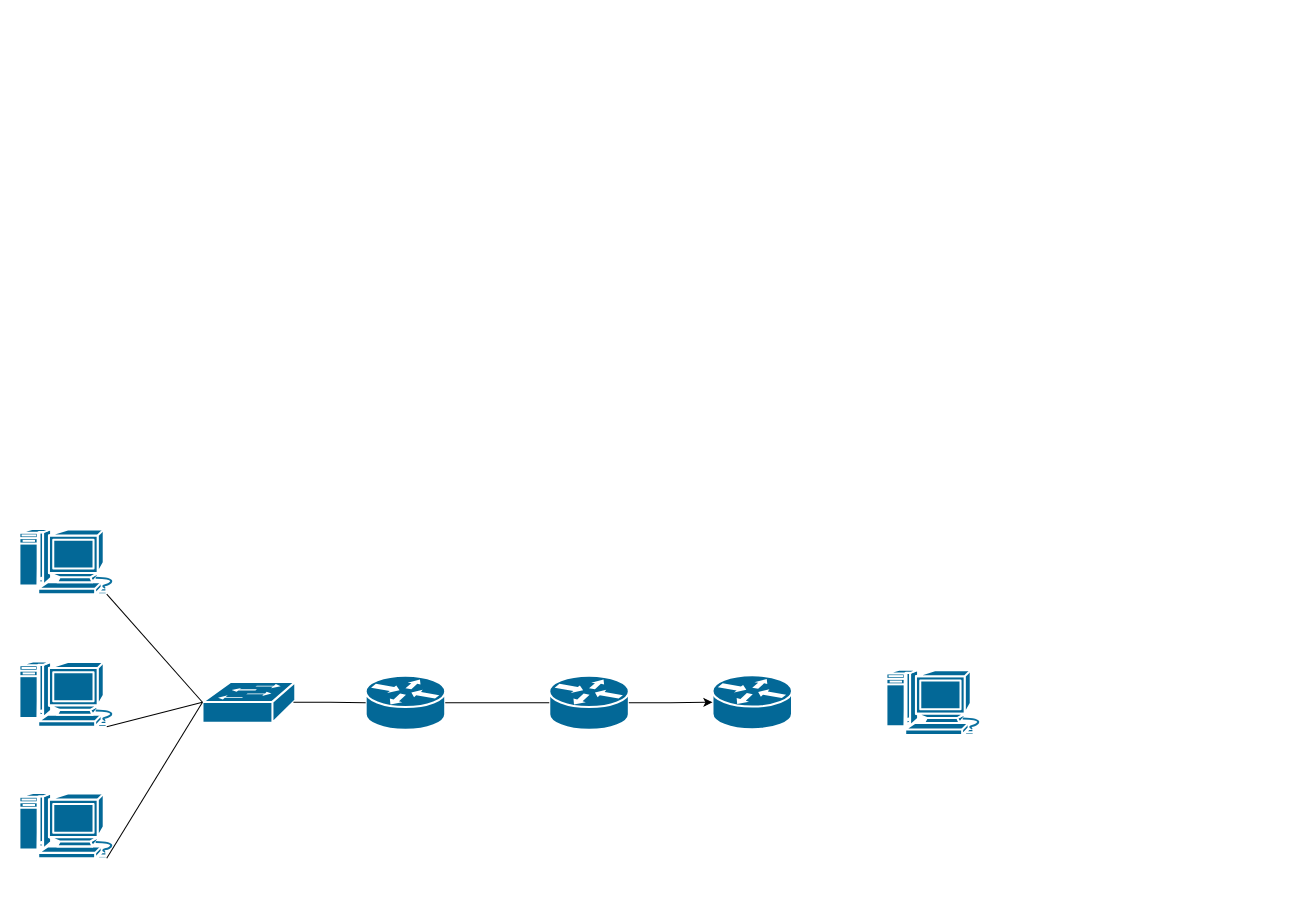
This is Ubung NAT.drawio from PLAD26/-MAC-Tabellen-und-Switching-, a draw.io file, before an edit. Source tidied: cells renumbered, new cells numbered last; positions are measured from the earlier drawing's top-left corner, leaving out a move shared by most shapes. Both pictures are drawn from the tidied source at 102%, with x=0, y=0 at pixel (18, 528).
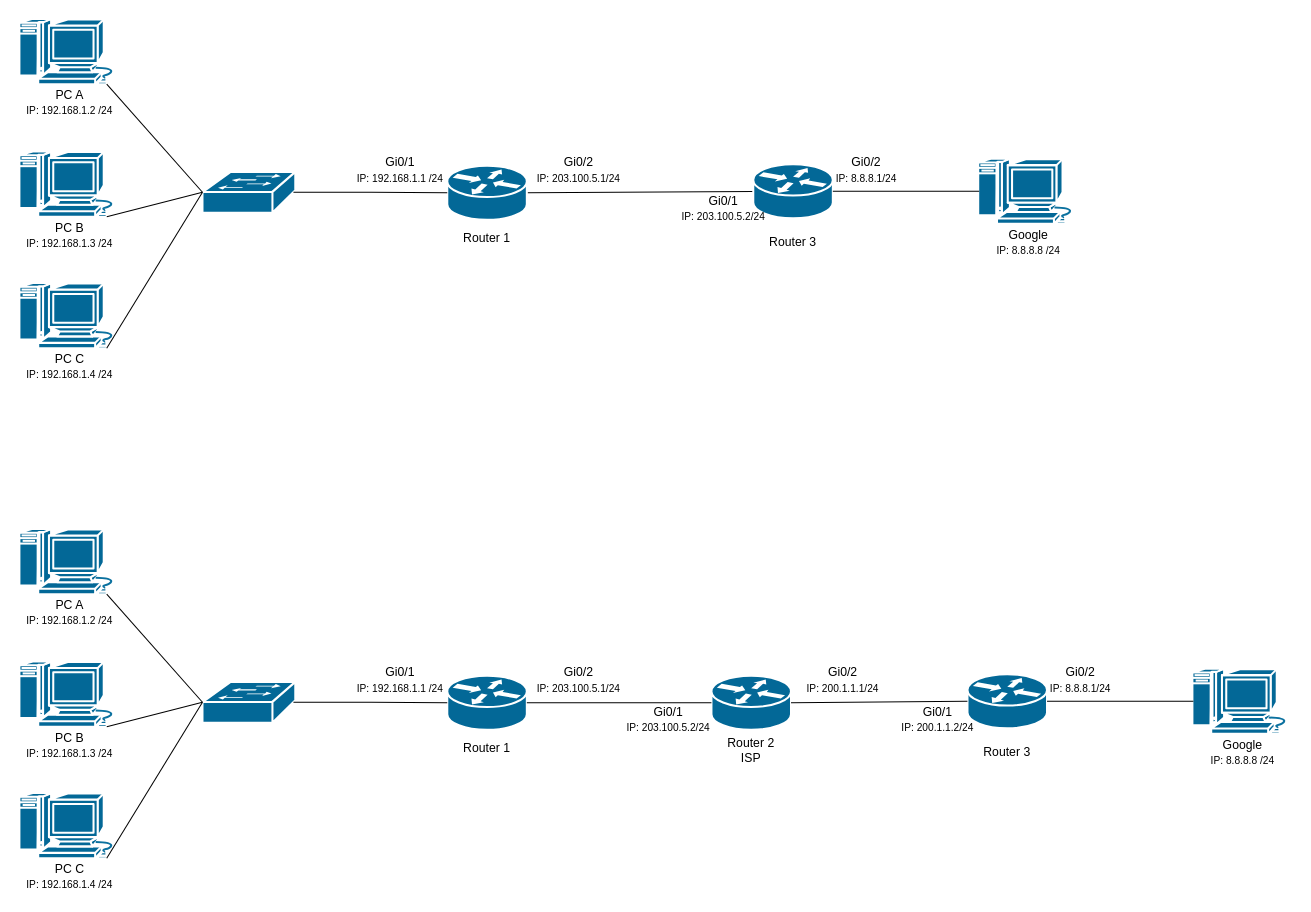
The same page after the edit.

The edit, as a diff of the source:
```diff
@@
     <mxCell id="6" style="strokeColor=#ffffff;sketch=0;html=1;dashed=0;fillColor=#036897;strokeWidth=2;verticalLabelPosition=bottom;verticalAlign=top;align=center;outlineConnect=0;shape=mxgraph.cisco.routers.router;" parent="1" vertex="1">
-      <mxGeometry x="340" y="144" width="78" height="53" as="geometry" />
+      <mxGeometry x="420" y="144" width="78" height="53" as="geometry" />
     </mxCell>
     <mxCell id="7" style="strokeColor=#ffffff;sketch=0;html=1;dashed=0;fillColor=#036897;strokeWidth=2;verticalLabelPosition=bottom;verticalAlign=top;align=center;outlineConnect=0;shape=mxgraph.cisco.routers.router;" parent="1" vertex="1">
-      <mxGeometry x="520" y="144" width="78" height="53" as="geometry" />
+      <mxGeometry x="679" y="144" width="78" height="53" as="geometry" />
     </mxCell>
     <mxCell id="8" style="strokeColor=#ffffff;sketch=0;html=1;dashed=0;fillColor=#036897;strokeWidth=2;verticalLabelPosition=bottom;verticalAlign=top;align=center;outlineConnect=0;shape=mxgraph.cisco.routers.router;" parent="1" vertex="1">
-      <mxGeometry x="680" y="143.5" width="78" height="53" as="geometry" />
+      <mxGeometry x="930" y="142.5" width="78" height="53" as="geometry" />
     </mxCell>
     <mxCell id="9" style="sketch=0;html=1;dashed=0;fillColor=#036897;strokeColor=#ffffff;strokeWidth=2;verticalLabelPosition=bottom;verticalAlign=top;align=center;outlineConnect=0;shape=mxgraph.cisco.computers_and_peripherals.macintosh;" parent="1" vertex="1">
-      <mxGeometry x="850" y="138" width="99" height="64" as="geometry" />
+      <mxGeometry x="1150" y="137" width="99" height="64" as="geometry" />
     </mxCell>
@@
-    <mxCell id="15" style="edgeStyle=orthogonalEdgeStyle;rounded=0;jettySize=auto;html=1;exitX=1;exitY=0.5;exitDx=0;exitDy=0;exitPerimeter=0;entryX=0;entryY=0.5;entryDx=0;entryDy=0;entryPerimeter=0;" parent="1" edge="1" source="7" target="8">
+    <mxCell id="15" style="rounded=0;jettySize=auto;html=1;exitX=1;exitY=0.5;exitDx=0;exitDy=0;exitPerimeter=0;entryX=0;entryY=0.5;entryDx=0;entryDy=0;entryPerimeter=0;endArrow=none;endFill=0;" parent="1" edge="1" source="7" target="8">
       <mxGeometry relative="1" as="geometry" />
     </mxCell>
+    <mxCell id="16" style="rounded=0;jettySize=auto;html=1;exitX=1;exitY=0.5;exitDx=0;exitDy=0;exitPerimeter=0;entryX=0.015;entryY=0.5;entryDx=0;entryDy=0;entryPerimeter=0;endArrow=none;endFill=0;" parent="1" edge="1" source="8" target="9">
+      <mxGeometry relative="1" as="geometry" />
+    </mxCell>
+    <mxCell id="17" value="PC A&lt;div&gt;&lt;font style=&quot;font-size: 10px;&quot;&gt;IP: 192.168.1.2 /24&lt;/font&gt;&lt;/div&gt;" style="text;html=1;whiteSpace=wrap;strokeColor=none;fillColor=none;align=center;verticalAlign=middle;rounded=0;" parent="1" vertex="1">
+      <mxGeometry x="5.6" y="64" width="87.8" height="36" as="geometry" />
+    </mxCell>
+    <mxCell id="18" value="PC B&lt;div&gt;&lt;font style=&quot;font-size: 10px;&quot;&gt;IP: 192.168.1.3 /24&lt;/font&gt;&lt;/div&gt;" style="text;html=1;whiteSpace=wrap;strokeColor=none;fillColor=none;align=center;verticalAlign=middle;rounded=0;" parent="1" vertex="1">
+      <mxGeometry x="5.6" y="194" width="87.8" height="36" as="geometry" />
+    </mxCell>
+    <mxCell id="19" value="PC C&lt;div&gt;&lt;font style=&quot;font-size: 10px;&quot;&gt;IP: 192.168.1.4 /24&lt;/font&gt;&lt;/div&gt;" style="text;html=1;whiteSpace=wrap;strokeColor=none;fillColor=none;align=center;verticalAlign=middle;rounded=0;" parent="1" vertex="1">
+      <mxGeometry x="5.6" y="323" width="87.8" height="36" as="geometry" />
+    </mxCell>
+    <mxCell id="20" value="Gi0/1&lt;br&gt;&lt;div&gt;&lt;font style=&quot;font-size: 10px;&quot;&gt;IP: 192.168.1.1 /24&lt;/font&gt;&lt;/div&gt;" style="text;html=1;whiteSpace=wrap;strokeColor=none;fillColor=none;align=center;verticalAlign=middle;rounded=0;" parent="1" vertex="1">
+      <mxGeometry x="330" y="130" width="87.8" height="36" as="geometry" />
+    </mxCell>
+    <mxCell id="21" value="Google&lt;br&gt;&lt;div&gt;&lt;font style=&quot;font-size: 10px;&quot;&gt;IP: 8.8.8.8 /24&lt;/font&gt;&lt;/div&gt;" style="text;html=1;whiteSpace=wrap;strokeColor=none;fillColor=none;align=center;verticalAlign=middle;rounded=0;" parent="1" vertex="1">
+      <mxGeometry x="1155.6" y="201" width="87.8" height="36" as="geometry" />
+    </mxCell>
+    <mxCell id="22" value="Router 1" style="text;html=1;whiteSpace=wrap;strokeColor=none;fillColor=none;align=center;verticalAlign=middle;rounded=0;" parent="1" vertex="1">
+      <mxGeometry x="429" y="200" width="60" height="30" as="geometry" />
+    </mxCell>
+    <mxCell id="23" value="Router 2&lt;div&gt;ISP&lt;/div&gt;" style="text;html=1;whiteSpace=wrap;strokeColor=none;fillColor=none;align=center;verticalAlign=middle;rounded=0;" parent="1" vertex="1">
+      <mxGeometry x="688" y="202" width="60" height="30" as="geometry" />
+    </mxCell>
+    <mxCell id="24" value="Router 3" style="text;html=1;whiteSpace=wrap;strokeColor=none;fillColor=none;align=center;verticalAlign=middle;rounded=0;" parent="1" vertex="1">
+      <mxGeometry x="939" y="204" width="60" height="30" as="geometry" />
+    </mxCell>
+    <mxCell id="25" value="Gi0/2&lt;br&gt;&lt;div&gt;&lt;font style=&quot;font-size: 10px;&quot;&gt;IP: 203.100.5.1/24&lt;/font&gt;&lt;/div&gt;" style="text;html=1;whiteSpace=wrap;strokeColor=none;fillColor=none;align=center;verticalAlign=middle;rounded=0;" parent="1" vertex="1">
+      <mxGeometry x="498" y="130" width="102" height="36" as="geometry" />
+    </mxCell>
+    <mxCell id="26" value="Gi0/1&lt;br&gt;&lt;div&gt;&lt;font style=&quot;font-size: 10px;&quot;&gt;IP: 203.100.5.2/24&lt;/font&gt;&lt;/div&gt;" style="text;html=1;whiteSpace=wrap;strokeColor=none;fillColor=none;align=center;verticalAlign=middle;rounded=0;" parent="1" vertex="1">
+      <mxGeometry x="586" y="169" width="102" height="36" as="geometry" />
+    </mxCell>
+    <mxCell id="27" value="Gi0/2&lt;br&gt;&lt;div&gt;&lt;font style=&quot;font-size: 10px;&quot;&gt;IP: 200.1.1.1/24&lt;/font&gt;&lt;/div&gt;" style="text;html=1;whiteSpace=wrap;strokeColor=none;fillColor=none;align=center;verticalAlign=middle;rounded=0;" parent="1" vertex="1">
+      <mxGeometry x="757" y="130" width="102" height="36" as="geometry" />
+    </mxCell>
+    <mxCell id="28" value="Gi0/1&lt;br&gt;&lt;div&gt;&lt;font style=&quot;font-size: 10px;&quot;&gt;IP: 200.1.1.2/24&lt;/font&gt;&lt;/div&gt;" style="text;html=1;whiteSpace=wrap;strokeColor=none;fillColor=none;align=center;verticalAlign=middle;rounded=0;" parent="1" vertex="1">
+      <mxGeometry x="850" y="169" width="102" height="36" as="geometry" />
+    </mxCell>
+    <mxCell id="29" value="Gi0/2&lt;br&gt;&lt;div&gt;&lt;font style=&quot;font-size: 10px;&quot;&gt;IP: 8.8.8.1/24&lt;/font&gt;&lt;/div&gt;" style="text;html=1;whiteSpace=wrap;strokeColor=none;fillColor=none;align=center;verticalAlign=middle;rounded=0;" parent="1" vertex="1">
+      <mxGeometry x="990" y="130" width="102" height="36" as="geometry" />
+    </mxCell>
+    <mxCell id="30" style="sketch=0;html=1;dashed=0;fillColor=#036897;strokeColor=#ffffff;strokeWidth=2;verticalLabelPosition=bottom;verticalAlign=top;align=center;outlineConnect=0;shape=mxgraph.cisco.computers_and_peripherals.macintosh;" parent="1" vertex="1">
+      <mxGeometry y="-500" width="99" height="64" as="geometry" />
+    </mxCell>
+    <mxCell id="31" style="sketch=0;html=1;dashed=0;fillColor=#036897;strokeColor=#ffffff;strokeWidth=2;verticalLabelPosition=bottom;verticalAlign=top;align=center;outlineConnect=0;shape=mxgraph.cisco.computers_and_peripherals.macintosh;" parent="1" vertex="1">
+      <mxGeometry y="-370" width="99" height="64" as="geometry" />
+    </mxCell>
+    <mxCell id="32" style="sketch=0;html=1;dashed=0;fillColor=#036897;strokeColor=#ffffff;strokeWidth=2;verticalLabelPosition=bottom;verticalAlign=top;align=center;outlineConnect=0;shape=mxgraph.cisco.computers_and_peripherals.macintosh;" parent="1" vertex="1">
+      <mxGeometry y="-241" width="99" height="64" as="geometry" />
+    </mxCell>
+    <mxCell id="33" style="strokeColor=#ffffff;sketch=0;html=1;dashed=0;fillColor=#036897;strokeWidth=2;verticalLabelPosition=bottom;verticalAlign=top;align=center;outlineConnect=0;shape=mxgraph.cisco.switches.workgroup_switch;" parent="1" vertex="1">
+      <mxGeometry x="180" y="-350" width="91" height="40" as="geometry" />
+    </mxCell>
+    <mxCell id="34" style="rounded=0;jettySize=auto;html=1;exitX=1;exitY=0.5;exitDx=0;exitDy=0;exitPerimeter=0;endArrow=none;endFill=0;" parent="1" edge="1" source="35" target="36">
+      <mxGeometry relative="1" as="geometry" />
+    </mxCell>
+    <mxCell id="35" style="strokeColor=#ffffff;sketch=0;html=1;dashed=0;fillColor=#036897;strokeWidth=2;verticalLabelPosition=bottom;verticalAlign=top;align=center;outlineConnect=0;shape=mxgraph.cisco.routers.router;" parent="1" vertex="1">
+      <mxGeometry x="420" y="-356" width="78" height="53" as="geometry" />
+    </mxCell>
+    <mxCell id="36" style="strokeColor=#ffffff;sketch=0;html=1;dashed=0;fillColor=#036897;strokeWidth=2;verticalLabelPosition=bottom;verticalAlign=top;align=center;outlineConnect=0;shape=mxgraph.cisco.routers.router;" parent="1" vertex="1">
+      <mxGeometry x="720" y="-357.5" width="78" height="53" as="geometry" />
+    </mxCell>
+    <mxCell id="37" style="sketch=0;html=1;dashed=0;fillColor=#036897;strokeColor=#ffffff;strokeWidth=2;verticalLabelPosition=bottom;verticalAlign=top;align=center;outlineConnect=0;shape=mxgraph.cisco.computers_and_peripherals.macintosh;" parent="1" vertex="1">
+      <mxGeometry x="940" y="-363" width="99" height="64" as="geometry" />
+    </mxCell>
+    <mxCell id="38" style="rounded=0;jettySize=auto;html=1;exitX=0.87;exitY=1;exitDx=0;exitDy=0;exitPerimeter=0;entryX=0;entryY=0.5;entryDx=0;entryDy=0;entryPerimeter=0;endArrow=none;endFill=0;" parent="1" edge="1" source="30" target="33">
+      <mxGeometry relative="1" as="geometry" />
+    </mxCell>
+    <mxCell id="39" style="rounded=0;jettySize=auto;html=1;exitX=0.87;exitY=1;exitDx=0;exitDy=0;exitPerimeter=0;entryX=0;entryY=0.5;entryDx=0;entryDy=0;entryPerimeter=0;endArrow=none;endFill=0;" parent="1" edge="1" source="31" target="33">
+      <mxGeometry relative="1" as="geometry" />
+    </mxCell>
+    <mxCell id="40" style="rounded=0;jettySize=auto;html=1;exitX=0.87;exitY=1;exitDx=0;exitDy=0;exitPerimeter=0;entryX=0;entryY=0.5;entryDx=0;entryDy=0;entryPerimeter=0;endArrow=none;endFill=0;" parent="1" edge="1" source="32" target="33">
+      <mxGeometry relative="1" as="geometry" />
+    </mxCell>
+    <mxCell id="41" style="edgeStyle=orthogonalEdgeStyle;rounded=0;jettySize=auto;html=1;exitX=0.98;exitY=0.5;exitDx=0;exitDy=0;exitPerimeter=0;entryX=0;entryY=0.5;entryDx=0;entryDy=0;entryPerimeter=0;endArrow=none;endFill=0;" parent="1" edge="1" source="33" target="35">
+      <mxGeometry relative="1" as="geometry" />
+    </mxCell>
+    <mxCell id="42" style="rounded=0;jettySize=auto;html=1;exitX=1;exitY=0.5;exitDx=0;exitDy=0;exitPerimeter=0;entryX=0.015;entryY=0.5;entryDx=0;entryDy=0;entryPerimeter=0;endArrow=none;endFill=0;" parent="1" edge="1" source="36" target="37">
+      <mxGeometry relative="1" as="geometry" />
+    </mxCell>
+    <mxCell id="43" value="PC A&lt;div&gt;&lt;font style=&quot;font-size: 10px;&quot;&gt;IP: 192.168.1.2 /24&lt;/font&gt;&lt;/div&gt;" style="text;html=1;whiteSpace=wrap;strokeColor=none;fillColor=none;align=center;verticalAlign=middle;rounded=0;" parent="1" vertex="1">
+      <mxGeometry x="5.6" y="-436" width="87.8" height="36" as="geometry" />
+    </mxCell>
+    <mxCell id="44" value="PC B&lt;div&gt;&lt;font style=&quot;font-size: 10px;&quot;&gt;IP: 192.168.1.3 /24&lt;/font&gt;&lt;/div&gt;" style="text;html=1;whiteSpace=wrap;strokeColor=none;fillColor=none;align=center;verticalAlign=middle;rounded=0;" parent="1" vertex="1">
+      <mxGeometry x="5.6" y="-306" width="87.8" height="36" as="geometry" />
+    </mxCell>
+    <mxCell id="45" value="PC C&lt;div&gt;&lt;font style=&quot;font-size: 10px;&quot;&gt;IP: 192.168.1.4 /24&lt;/font&gt;&lt;/div&gt;" style="text;html=1;whiteSpace=wrap;strokeColor=none;fillColor=none;align=center;verticalAlign=middle;rounded=0;" parent="1" vertex="1">
+      <mxGeometry x="5.6" y="-177" width="87.8" height="36" as="geometry" />
+    </mxCell>
+    <mxCell id="46" value="Gi0/1&lt;br&gt;&lt;div&gt;&lt;font style=&quot;font-size: 10px;&quot;&gt;IP: 192.168.1.1 /24&lt;/font&gt;&lt;/div&gt;" style="text;html=1;whiteSpace=wrap;strokeColor=none;fillColor=none;align=center;verticalAlign=middle;rounded=0;" parent="1" vertex="1">
+      <mxGeometry x="330" y="-370" width="87.8" height="36" as="geometry" />
+    </mxCell>
+    <mxCell id="47" value="Google&lt;br&gt;&lt;div&gt;&lt;font style=&quot;font-size: 10px;&quot;&gt;IP: 8.8.8.8 /24&lt;/font&gt;&lt;/div&gt;" style="text;html=1;whiteSpace=wrap;strokeColor=none;fillColor=none;align=center;verticalAlign=middle;rounded=0;" parent="1" vertex="1">
+      <mxGeometry x="945.6" y="-299" width="87.8" height="36" as="geometry" />
+    </mxCell>
+    <mxCell id="48" value="Router 1" style="text;html=1;whiteSpace=wrap;strokeColor=none;fillColor=none;align=center;verticalAlign=middle;rounded=0;" parent="1" vertex="1">
+      <mxGeometry x="429" y="-300" width="60" height="30" as="geometry" />
+    </mxCell>
+    <mxCell id="49" value="Router 3" style="text;html=1;whiteSpace=wrap;strokeColor=none;fillColor=none;align=center;verticalAlign=middle;rounded=0;" parent="1" vertex="1">
+      <mxGeometry x="729" y="-296" width="60" height="30" as="geometry" />
+    </mxCell>
+    <mxCell id="50" value="Gi0/2&lt;br&gt;&lt;div&gt;&lt;font style=&quot;font-size: 10px;&quot;&gt;IP: 203.100.5.1/24&lt;/font&gt;&lt;/div&gt;" style="text;html=1;whiteSpace=wrap;strokeColor=none;fillColor=none;align=center;verticalAlign=middle;rounded=0;" parent="1" vertex="1">
+      <mxGeometry x="498" y="-370" width="102" height="36" as="geometry" />
+    </mxCell>
+    <mxCell id="51" value="Gi0/1&lt;br&gt;&lt;div&gt;&lt;font style=&quot;font-size: 10px;&quot;&gt;IP: 203.100.5.2/24&lt;/font&gt;&lt;/div&gt;" style="text;html=1;whiteSpace=wrap;strokeColor=none;fillColor=none;align=center;verticalAlign=middle;rounded=0;" parent="1" vertex="1">
+      <mxGeometry x="640" y="-332" width="102" height="36" as="geometry" />
+    </mxCell>
+    <mxCell id="52" value="Gi0/2&lt;br&gt;&lt;div&gt;&lt;font style=&quot;font-size: 10px;&quot;&gt;IP: 8.8.8.1/24&lt;/font&gt;&lt;/div&gt;" style="text;html=1;whiteSpace=wrap;strokeColor=none;fillColor=none;align=center;verticalAlign=middle;rounded=0;" parent="1" vertex="1">
+      <mxGeometry x="780" y="-370" width="102" height="36" as="geometry" />
+    </mxCell>
```
